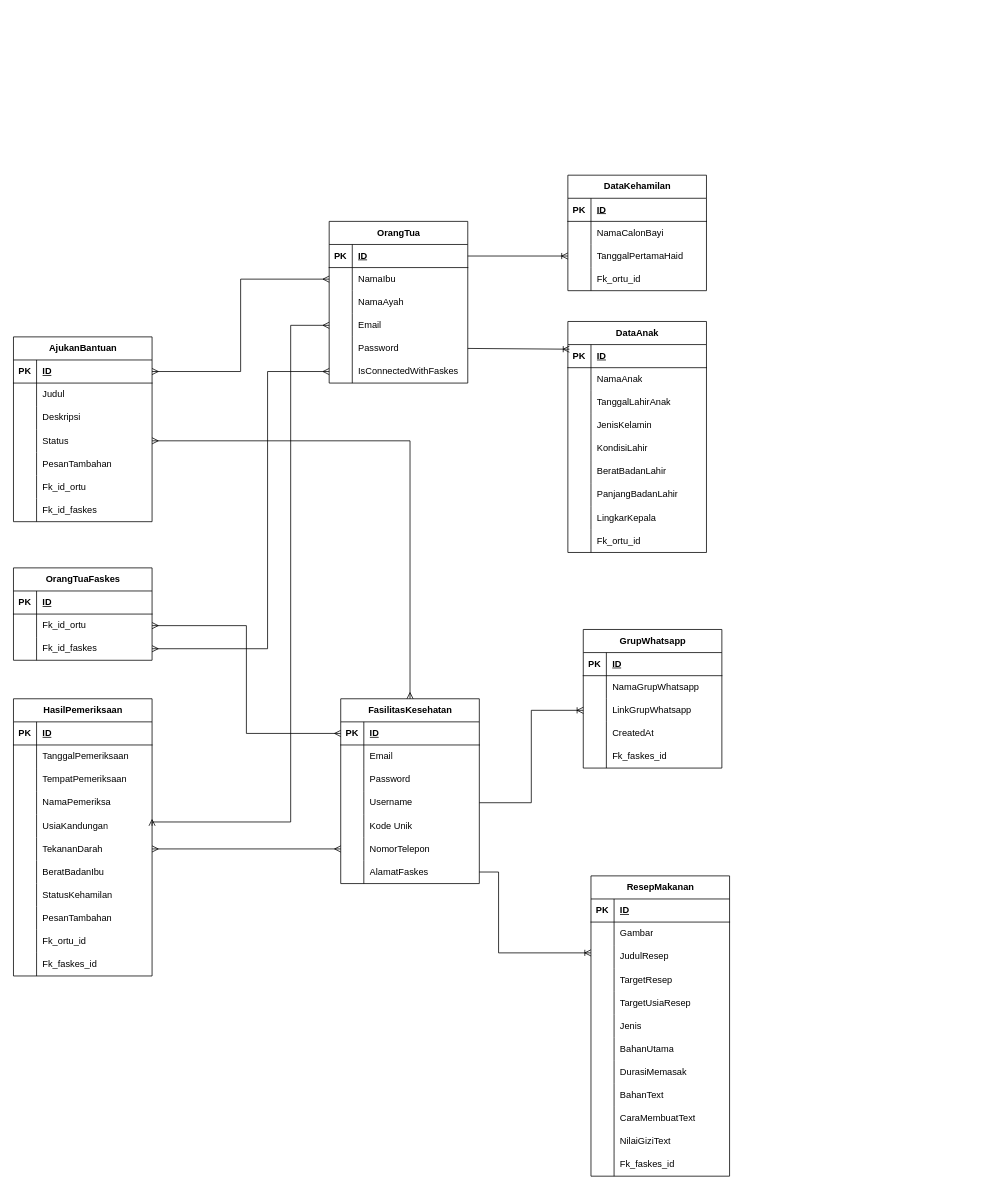
The draw.io diagram erd/sipas.drawio in VinncentWong/Sipas-BE, before the edit. Source tidied: cells renumbered, new cells numbered last; positions are measured from the earlier drawing's top-left corner, leaving out a move shared by most shapes. Both pictures are drawn from the tidied source at 77%, with x=0, y=0 at pixel (13, 175).
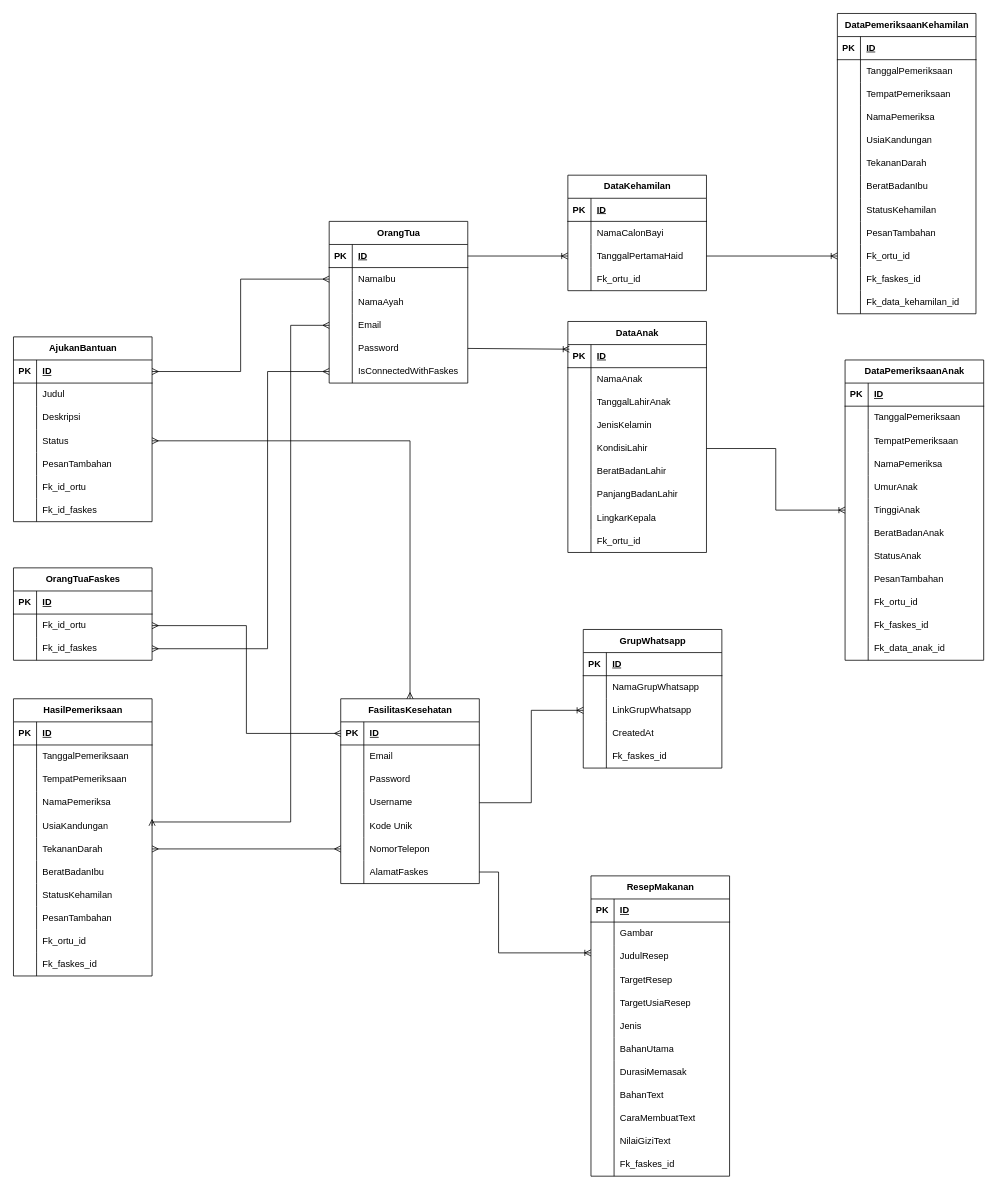
The same page after the edit.

The change refers to these unchanged cells:
```xml
<mxCell id="28" style="shape=tableRow;horizontal=0;startSize=0;swimlaneHead=0;swimlaneBody=0;fillColor=none;points=[[0,0.5],[1,0.5]];portConstraint=eastwest;top=0;left=0;right=0;bottom=0;" parent="21" vertex="1">
  <mxGeometry y="90" width="180" height="30" as="geometry" />
</mxCell>
<mxCell id="47" style="shape=tableRow;horizontal=0;startSize=0;swimlaneHead=0;swimlaneBody=0;fillColor=none;points=[[0,0.5],[1,0.5]];portConstraint=eastwest;top=0;left=0;right=0;bottom=0;" parent="34" vertex="1">
  <mxGeometry y="150" width="180" height="30" as="geometry" />
</mxCell>
```

Change to the diagram source:
```diff
@@
+    <mxCell id="213" value="DataPemeriksaanKehamilan" style="shape=table;startSize=30;childLayout=tableLayout;rowLines=0;fontStyle=1;align=center;html=1;" parent="1" vertex="1">
+      <mxGeometry x="1070" y="-210" width="180" height="390" as="geometry" />
+    </mxCell>
+    <mxCell id="214" style="shape=tableRow;horizontal=0;startSize=0;swimlaneHead=0;swimlaneBody=0;fillColor=none;top=0;left=0;right=0;bottom=1;" parent="213" vertex="1">
+      <mxGeometry y="30" width="180" height="30" as="geometry" />
+    </mxCell>
+    <mxCell id="215" value="PK" style="shape=partialRectangle;fillColor=none;top=0;left=0;bottom=0;right=0;fontStyle=1;overflow=hidden;whiteSpace=wrap;html=1;" parent="214" vertex="1">
+      <mxGeometry width="30" height="30" as="geometry" />
+    </mxCell>
+    <mxCell id="216" value="ID" style="shape=partialRectangle;fillColor=none;top=0;left=0;bottom=0;right=0;align=left;spacingLeft=6;fontStyle=5;overflow=hidden;whiteSpace=wrap;html=1;" parent="214" vertex="1">
+      <mxGeometry x="30" width="150" height="30" as="geometry" />
+    </mxCell>
+    <mxCell id="217" style="shape=tableRow;horizontal=0;startSize=0;swimlaneHead=0;swimlaneBody=0;fillColor=none;top=0;left=0;right=0;bottom=0;" parent="213" vertex="1">
+      <mxGeometry y="60" width="180" height="30" as="geometry" />
+    </mxCell>
+    <mxCell id="218" style="shape=partialRectangle;fillColor=none;top=0;left=0;bottom=0;right=0;overflow=hidden;whiteSpace=wrap;html=1;" parent="217" vertex="1">
+      <mxGeometry width="30" height="30" as="geometry" />
+    </mxCell>
+    <mxCell id="219" value="TanggalPemeriksaan" style="shape=partialRectangle;fillColor=none;top=0;left=0;bottom=0;right=0;align=left;spacingLeft=6;overflow=hidden;whiteSpace=wrap;html=1;" parent="217" vertex="1">
+      <mxGeometry x="30" width="150" height="30" as="geometry" />
+    </mxCell>
+    <mxCell id="220" style="shape=tableRow;horizontal=0;startSize=0;swimlaneHead=0;swimlaneBody=0;fillColor=none;top=0;left=0;right=0;bottom=0;" parent="213" vertex="1">
+      <mxGeometry y="90" width="180" height="30" as="geometry" />
+    </mxCell>
+    <mxCell id="221" style="shape=partialRectangle;fillColor=none;top=0;left=0;bottom=0;right=0;overflow=hidden;whiteSpace=wrap;html=1;" parent="220" vertex="1">
+      <mxGeometry width="30" height="30" as="geometry" />
+    </mxCell>
+    <mxCell id="222" value="TempatPemeriksaan" style="shape=partialRectangle;fillColor=none;top=0;left=0;bottom=0;right=0;align=left;spacingLeft=6;overflow=hidden;whiteSpace=wrap;html=1;" parent="220" vertex="1">
+      <mxGeometry x="30" width="150" height="30" as="geometry" />
+    </mxCell>
+    <mxCell id="223" style="shape=tableRow;horizontal=0;startSize=0;swimlaneHead=0;swimlaneBody=0;fillColor=none;top=0;left=0;right=0;bottom=0;" parent="213" vertex="1">
+      <mxGeometry y="120" width="180" height="30" as="geometry" />
+    </mxCell>
+    <mxCell id="224" style="shape=partialRectangle;fillColor=none;top=0;left=0;bottom=0;right=0;overflow=hidden;whiteSpace=wrap;html=1;" parent="223" vertex="1">
+      <mxGeometry width="30" height="30" as="geometry" />
+    </mxCell>
+    <mxCell id="225" value="NamaPemeriksa" style="shape=partialRectangle;fillColor=none;top=0;left=0;bottom=0;right=0;align=left;spacingLeft=6;overflow=hidden;whiteSpace=wrap;html=1;" parent="223" vertex="1">
+      <mxGeometry x="30" width="150" height="30" as="geometry" />
+    </mxCell>
+    <mxCell id="226" style="shape=tableRow;horizontal=0;startSize=0;swimlaneHead=0;swimlaneBody=0;fillColor=none;top=0;left=0;right=0;bottom=0;" parent="213" vertex="1">
+      <mxGeometry y="150" width="180" height="30" as="geometry" />
+    </mxCell>
+    <mxCell id="227" style="shape=partialRectangle;fillColor=none;top=0;left=0;bottom=0;right=0;overflow=hidden;whiteSpace=wrap;html=1;" parent="226" vertex="1">
+      <mxGeometry width="30" height="30" as="geometry" />
+    </mxCell>
+    <mxCell id="228" value="UsiaKandungan" style="shape=partialRectangle;fillColor=none;top=0;left=0;bottom=0;right=0;align=left;spacingLeft=6;overflow=hidden;whiteSpace=wrap;html=1;" parent="226" vertex="1">
+      <mxGeometry x="30" width="150" height="30" as="geometry" />
+    </mxCell>
+    <mxCell id="229" style="shape=tableRow;horizontal=0;startSize=0;swimlaneHead=0;swimlaneBody=0;fillColor=none;top=0;left=0;right=0;bottom=0;" parent="213" vertex="1">
+      <mxGeometry y="180" width="180" height="30" as="geometry" />
+    </mxCell>
+    <mxCell id="230" style="shape=partialRectangle;fillColor=none;top=0;left=0;bottom=0;right=0;overflow=hidden;whiteSpace=wrap;html=1;" parent="229" vertex="1">
+      <mxGeometry width="30" height="30" as="geometry" />
+    </mxCell>
+    <mxCell id="231" value="TekananDarah" style="shape=partialRectangle;fillColor=none;top=0;left=0;bottom=0;right=0;align=left;spacingLeft=6;overflow=hidden;whiteSpace=wrap;html=1;" parent="229" vertex="1">
+      <mxGeometry x="30" width="150" height="30" as="geometry" />
+    </mxCell>
+    <mxCell id="232" style="shape=tableRow;horizontal=0;startSize=0;swimlaneHead=0;swimlaneBody=0;fillColor=none;top=0;left=0;right=0;bottom=0;" parent="213" vertex="1">
+      <mxGeometry y="210" width="180" height="30" as="geometry" />
+    </mxCell>
+    <mxCell id="233" style="shape=partialRectangle;fillColor=none;top=0;left=0;bottom=0;right=0;overflow=hidden;whiteSpace=wrap;html=1;" parent="232" vertex="1">
+      <mxGeometry width="30" height="30" as="geometry" />
+    </mxCell>
+    <mxCell id="234" value="BeratBadanIbu" style="shape=partialRectangle;fillColor=none;top=0;left=0;bottom=0;right=0;align=left;spacingLeft=6;overflow=hidden;whiteSpace=wrap;html=1;" parent="232" vertex="1">
+      <mxGeometry x="30" width="150" height="30" as="geometry" />
+    </mxCell>
+    <mxCell id="235" style="shape=tableRow;horizontal=0;startSize=0;swimlaneHead=0;swimlaneBody=0;fillColor=none;top=0;left=0;right=0;bottom=0;" parent="213" vertex="1">
+      <mxGeometry y="240" width="180" height="30" as="geometry" />
+    </mxCell>
+    <mxCell id="236" style="shape=partialRectangle;fillColor=none;top=0;left=0;bottom=0;right=0;overflow=hidden;whiteSpace=wrap;html=1;" parent="235" vertex="1">
+      <mxGeometry width="30" height="30" as="geometry" />
+    </mxCell>
+    <mxCell id="237" value="StatusKehamilan" style="shape=partialRectangle;fillColor=none;top=0;left=0;bottom=0;right=0;align=left;spacingLeft=6;overflow=hidden;whiteSpace=wrap;html=1;" parent="235" vertex="1">
+      <mxGeometry x="30" width="150" height="30" as="geometry" />
+    </mxCell>
+    <mxCell id="238" style="shape=tableRow;horizontal=0;startSize=0;swimlaneHead=0;swimlaneBody=0;fillColor=none;top=0;left=0;right=0;bottom=0;" parent="213" vertex="1">
+      <mxGeometry y="270" width="180" height="30" as="geometry" />
+    </mxCell>
+    <mxCell id="239" style="shape=partialRectangle;fillColor=none;top=0;left=0;bottom=0;right=0;overflow=hidden;whiteSpace=wrap;html=1;" parent="238" vertex="1">
+      <mxGeometry width="30" height="30" as="geometry" />
+    </mxCell>
+    <mxCell id="240" value="PesanTambahan" style="shape=partialRectangle;fillColor=none;top=0;left=0;bottom=0;right=0;align=left;spacingLeft=6;overflow=hidden;whiteSpace=wrap;html=1;" parent="238" vertex="1">
+      <mxGeometry x="30" width="150" height="30" as="geometry" />
+    </mxCell>
+    <mxCell id="241" style="shape=tableRow;horizontal=0;startSize=0;swimlaneHead=0;swimlaneBody=0;fillColor=none;points=[[0,0.5],[1,0.5]];portConstraint=eastwest;top=0;left=0;right=0;bottom=0;" parent="213" vertex="1">
+      <mxGeometry y="300" width="180" height="30" as="geometry" />
+    </mxCell>
+    <mxCell id="242" style="shape=partialRectangle;fillColor=none;top=0;left=0;bottom=0;right=0;overflow=hidden;whiteSpace=wrap;html=1;" parent="241" vertex="1">
+      <mxGeometry width="30" height="30" as="geometry" />
+    </mxCell>
+    <mxCell id="243" value="Fk_ortu_id" style="shape=partialRectangle;fillColor=none;top=0;left=0;bottom=0;right=0;align=left;spacingLeft=6;overflow=hidden;whiteSpace=wrap;html=1;" parent="241" vertex="1">
+      <mxGeometry x="30" width="150" height="30" as="geometry" />
+    </mxCell>
+    <mxCell id="244" style="shape=tableRow;horizontal=0;startSize=0;swimlaneHead=0;swimlaneBody=0;fillColor=none;top=0;left=0;right=0;bottom=0;" parent="213" vertex="1">
+      <mxGeometry y="330" width="180" height="30" as="geometry" />
+    </mxCell>
+    <mxCell id="245" style="shape=partialRectangle;fillColor=none;top=0;left=0;bottom=0;right=0;overflow=hidden;whiteSpace=wrap;html=1;" parent="244" vertex="1">
+      <mxGeometry width="30" height="30" as="geometry" />
+    </mxCell>
+    <mxCell id="246" value="Fk_faskes_id" style="shape=partialRectangle;fillColor=none;top=0;left=0;bottom=0;right=0;align=left;spacingLeft=6;overflow=hidden;whiteSpace=wrap;html=1;" parent="244" vertex="1">
+      <mxGeometry x="30" width="150" height="30" as="geometry" />
+    </mxCell>
+    <mxCell id="247" style="shape=tableRow;horizontal=0;startSize=0;swimlaneHead=0;swimlaneBody=0;fillColor=none;top=0;left=0;right=0;bottom=0;" parent="213" vertex="1">
+      <mxGeometry y="360" width="180" height="30" as="geometry" />
+    </mxCell>
+    <mxCell id="248" style="shape=partialRectangle;fillColor=none;top=0;left=0;bottom=0;right=0;overflow=hidden;whiteSpace=wrap;html=1;" parent="247" vertex="1">
+      <mxGeometry width="30" height="30" as="geometry" />
+    </mxCell>
+    <mxCell id="249" value="Fk_data_kehamilan_id" style="shape=partialRectangle;fillColor=none;top=0;left=0;bottom=0;right=0;align=left;spacingLeft=6;overflow=hidden;whiteSpace=wrap;html=1;" parent="247" vertex="1">
+      <mxGeometry x="30" width="150" height="30" as="geometry" />
+    </mxCell>
+    <mxCell id="250" style="fontSize=12;html=1;endArrow=ERoneToMany;rounded=0;exitX=1;exitY=0.5;exitDx=0;exitDy=0;entryX=0;entryY=0.5;entryDx=0;entryDy=0;" parent="1" edge="1" source="28" target="241">
+      <mxGeometry relative="1" as="geometry" />
+    </mxCell>
+    <mxCell id="251" style="fontSize=12;html=1;endArrow=ERoneToMany;rounded=0;exitX=1;exitY=0.5;exitDx=0;exitDy=0;entryX=0;entryY=0.5;entryDx=0;entryDy=0;edgeStyle=elbowEdgeStyle;" parent="1" edge="1" source="47" target="268">
+      <mxGeometry relative="1" as="geometry" />
+    </mxCell>
+    <mxCell id="252" value="DataPemeriksaanAnak" style="shape=table;startSize=30;childLayout=tableLayout;rowLines=0;fontStyle=1;align=center;html=1;" parent="1" vertex="1">
+      <mxGeometry x="1080" y="240" width="180" height="390" as="geometry" />
+    </mxCell>
+    <mxCell id="253" style="shape=tableRow;horizontal=0;startSize=0;swimlaneHead=0;swimlaneBody=0;fillColor=none;top=0;left=0;right=0;bottom=1;" parent="252" vertex="1">
+      <mxGeometry y="30" width="180" height="30" as="geometry" />
+    </mxCell>
+    <mxCell id="254" value="PK" style="shape=partialRectangle;fillColor=none;top=0;left=0;bottom=0;right=0;fontStyle=1;overflow=hidden;whiteSpace=wrap;html=1;" parent="253" vertex="1">
+      <mxGeometry width="30" height="30" as="geometry" />
+    </mxCell>
+    <mxCell id="255" value="ID" style="shape=partialRectangle;fillColor=none;top=0;left=0;bottom=0;right=0;align=left;spacingLeft=6;fontStyle=5;overflow=hidden;whiteSpace=wrap;html=1;" parent="253" vertex="1">
+      <mxGeometry x="30" width="150" height="30" as="geometry" />
+    </mxCell>
+    <mxCell id="256" style="shape=tableRow;horizontal=0;startSize=0;swimlaneHead=0;swimlaneBody=0;fillColor=none;top=0;left=0;right=0;bottom=0;" parent="252" vertex="1">
+      <mxGeometry y="60" width="180" height="30" as="geometry" />
+    </mxCell>
+    <mxCell id="257" style="shape=partialRectangle;fillColor=none;top=0;left=0;bottom=0;right=0;overflow=hidden;whiteSpace=wrap;html=1;" parent="256" vertex="1">
+      <mxGeometry width="30" height="30" as="geometry" />
+    </mxCell>
+    <mxCell id="258" value="TanggalPemeriksaan" style="shape=partialRectangle;fillColor=none;top=0;left=0;bottom=0;right=0;align=left;spacingLeft=6;overflow=hidden;whiteSpace=wrap;html=1;" parent="256" vertex="1">
+      <mxGeometry x="30" width="150" height="30" as="geometry" />
+    </mxCell>
+    <mxCell id="259" style="shape=tableRow;horizontal=0;startSize=0;swimlaneHead=0;swimlaneBody=0;fillColor=none;top=0;left=0;right=0;bottom=0;" parent="252" vertex="1">
+      <mxGeometry y="90" width="180" height="30" as="geometry" />
+    </mxCell>
+    <mxCell id="260" style="shape=partialRectangle;fillColor=none;top=0;left=0;bottom=0;right=0;overflow=hidden;whiteSpace=wrap;html=1;" parent="259" vertex="1">
+      <mxGeometry width="30" height="30" as="geometry" />
+    </mxCell>
+    <mxCell id="261" value="TempatPemeriksaan" style="shape=partialRectangle;fillColor=none;top=0;left=0;bottom=0;right=0;align=left;spacingLeft=6;overflow=hidden;whiteSpace=wrap;html=1;" parent="259" vertex="1">
+      <mxGeometry x="30" width="150" height="30" as="geometry" />
+    </mxCell>
+    <mxCell id="262" style="shape=tableRow;horizontal=0;startSize=0;swimlaneHead=0;swimlaneBody=0;fillColor=none;top=0;left=0;right=0;bottom=0;" parent="252" vertex="1">
+      <mxGeometry y="120" width="180" height="30" as="geometry" />
+    </mxCell>
+    <mxCell id="263" style="shape=partialRectangle;fillColor=none;top=0;left=0;bottom=0;right=0;overflow=hidden;whiteSpace=wrap;html=1;" parent="262" vertex="1">
+      <mxGeometry width="30" height="30" as="geometry" />
+    </mxCell>
+    <mxCell id="264" value="NamaPemeriksa" style="shape=partialRectangle;fillColor=none;top=0;left=0;bottom=0;right=0;align=left;spacingLeft=6;overflow=hidden;whiteSpace=wrap;html=1;" parent="262" vertex="1">
+      <mxGeometry x="30" width="150" height="30" as="geometry" />
+    </mxCell>
+    <mxCell id="265" style="shape=tableRow;horizontal=0;startSize=0;swimlaneHead=0;swimlaneBody=0;fillColor=none;top=0;left=0;right=0;bottom=0;" parent="252" vertex="1">
+      <mxGeometry y="150" width="180" height="30" as="geometry" />
+    </mxCell>
+    <mxCell id="266" style="shape=partialRectangle;fillColor=none;top=0;left=0;bottom=0;right=0;overflow=hidden;whiteSpace=wrap;html=1;" parent="265" vertex="1">
+      <mxGeometry width="30" height="30" as="geometry" />
+    </mxCell>
+    <mxCell id="267" value="UmurAnak" style="shape=partialRectangle;fillColor=none;top=0;left=0;bottom=0;right=0;align=left;spacingLeft=6;overflow=hidden;whiteSpace=wrap;html=1;" parent="265" vertex="1">
+      <mxGeometry x="30" width="150" height="30" as="geometry" />
+    </mxCell>
+    <mxCell id="268" style="shape=tableRow;horizontal=0;startSize=0;swimlaneHead=0;swimlaneBody=0;fillColor=none;points=[[0,0.5],[1,0.5]];portConstraint=eastwest;top=0;left=0;right=0;bottom=0;" parent="252" vertex="1">
+      <mxGeometry y="180" width="180" height="30" as="geometry" />
+    </mxCell>
+    <mxCell id="269" style="shape=partialRectangle;fillColor=none;top=0;left=0;bottom=0;right=0;overflow=hidden;whiteSpace=wrap;html=1;" parent="268" vertex="1">
+      <mxGeometry width="30" height="30" as="geometry" />
+    </mxCell>
+    <mxCell id="270" value="TinggiAnak" style="shape=partialRectangle;fillColor=none;top=0;left=0;bottom=0;right=0;align=left;spacingLeft=6;overflow=hidden;whiteSpace=wrap;html=1;" parent="268" vertex="1">
+      <mxGeometry x="30" width="150" height="30" as="geometry" />
+    </mxCell>
+    <mxCell id="271" style="shape=tableRow;horizontal=0;startSize=0;swimlaneHead=0;swimlaneBody=0;fillColor=none;top=0;left=0;right=0;bottom=0;" parent="252" vertex="1">
+      <mxGeometry y="210" width="180" height="30" as="geometry" />
+    </mxCell>
+    <mxCell id="272" style="shape=partialRectangle;fillColor=none;top=0;left=0;bottom=0;right=0;overflow=hidden;whiteSpace=wrap;html=1;" parent="271" vertex="1">
+      <mxGeometry width="30" height="30" as="geometry" />
+    </mxCell>
+    <mxCell id="273" value="BeratBadanAnak" style="shape=partialRectangle;fillColor=none;top=0;left=0;bottom=0;right=0;align=left;spacingLeft=6;overflow=hidden;whiteSpace=wrap;html=1;" parent="271" vertex="1">
+      <mxGeometry x="30" width="150" height="30" as="geometry" />
+    </mxCell>
+    <mxCell id="274" style="shape=tableRow;horizontal=0;startSize=0;swimlaneHead=0;swimlaneBody=0;fillColor=none;top=0;left=0;right=0;bottom=0;" parent="252" vertex="1">
+      <mxGeometry y="240" width="180" height="30" as="geometry" />
+    </mxCell>
+    <mxCell id="275" style="shape=partialRectangle;fillColor=none;top=0;left=0;bottom=0;right=0;overflow=hidden;whiteSpace=wrap;html=1;" parent="274" vertex="1">
+      <mxGeometry width="30" height="30" as="geometry" />
+    </mxCell>
+    <mxCell id="276" value="StatusAnak" style="shape=partialRectangle;fillColor=none;top=0;left=0;bottom=0;right=0;align=left;spacingLeft=6;overflow=hidden;whiteSpace=wrap;html=1;" parent="274" vertex="1">
+      <mxGeometry x="30" width="150" height="30" as="geometry" />
+    </mxCell>
+    <mxCell id="277" style="shape=tableRow;horizontal=0;startSize=0;swimlaneHead=0;swimlaneBody=0;fillColor=none;top=0;left=0;right=0;bottom=0;" parent="252" vertex="1">
+      <mxGeometry y="270" width="180" height="30" as="geometry" />
+    </mxCell>
+    <mxCell id="278" style="shape=partialRectangle;fillColor=none;top=0;left=0;bottom=0;right=0;overflow=hidden;whiteSpace=wrap;html=1;" parent="277" vertex="1">
+      <mxGeometry width="30" height="30" as="geometry" />
+    </mxCell>
+    <mxCell id="279" value="PesanTambahan" style="shape=partialRectangle;fillColor=none;top=0;left=0;bottom=0;right=0;align=left;spacingLeft=6;overflow=hidden;whiteSpace=wrap;html=1;" parent="277" vertex="1">
+      <mxGeometry x="30" width="150" height="30" as="geometry" />
+    </mxCell>
+    <mxCell id="280" style="shape=tableRow;horizontal=0;startSize=0;swimlaneHead=0;swimlaneBody=0;fillColor=none;top=0;left=0;right=0;bottom=0;" parent="252" vertex="1">
+      <mxGeometry y="300" width="180" height="30" as="geometry" />
+    </mxCell>
+    <mxCell id="281" style="shape=partialRectangle;fillColor=none;top=0;left=0;bottom=0;right=0;overflow=hidden;whiteSpace=wrap;html=1;" parent="280" vertex="1">
+      <mxGeometry width="30" height="30" as="geometry" />
+    </mxCell>
+    <mxCell id="282" value="Fk_ortu_id" style="shape=partialRectangle;fillColor=none;top=0;left=0;bottom=0;right=0;align=left;spacingLeft=6;overflow=hidden;whiteSpace=wrap;html=1;" parent="280" vertex="1">
+      <mxGeometry x="30" width="150" height="30" as="geometry" />
+    </mxCell>
+    <mxCell id="283" style="shape=tableRow;horizontal=0;startSize=0;swimlaneHead=0;swimlaneBody=0;fillColor=none;top=0;left=0;right=0;bottom=0;" parent="252" vertex="1">
+      <mxGeometry y="330" width="180" height="30" as="geometry" />
+    </mxCell>
+    <mxCell id="284" style="shape=partialRectangle;fillColor=none;top=0;left=0;bottom=0;right=0;overflow=hidden;whiteSpace=wrap;html=1;" parent="283" vertex="1">
+      <mxGeometry width="30" height="30" as="geometry" />
+    </mxCell>
+    <mxCell id="285" value="Fk_faskes_id" style="shape=partialRectangle;fillColor=none;top=0;left=0;bottom=0;right=0;align=left;spacingLeft=6;overflow=hidden;whiteSpace=wrap;html=1;" parent="283" vertex="1">
+      <mxGeometry x="30" width="150" height="30" as="geometry" />
+    </mxCell>
+    <mxCell id="286" style="shape=tableRow;horizontal=0;startSize=0;swimlaneHead=0;swimlaneBody=0;fillColor=none;top=0;left=0;right=0;bottom=0;" parent="252" vertex="1">
+      <mxGeometry y="360" width="180" height="30" as="geometry" />
+    </mxCell>
+    <mxCell id="287" style="shape=partialRectangle;fillColor=none;top=0;left=0;bottom=0;right=0;overflow=hidden;whiteSpace=wrap;html=1;" parent="286" vertex="1">
+      <mxGeometry width="30" height="30" as="geometry" />
+    </mxCell>
+    <mxCell id="288" value="Fk_data_anak_id" style="shape=partialRectangle;fillColor=none;top=0;left=0;bottom=0;right=0;align=left;spacingLeft=6;overflow=hidden;whiteSpace=wrap;html=1;" parent="286" vertex="1">
+      <mxGeometry x="30" width="150" height="30" as="geometry" />
+    </mxCell>
```
